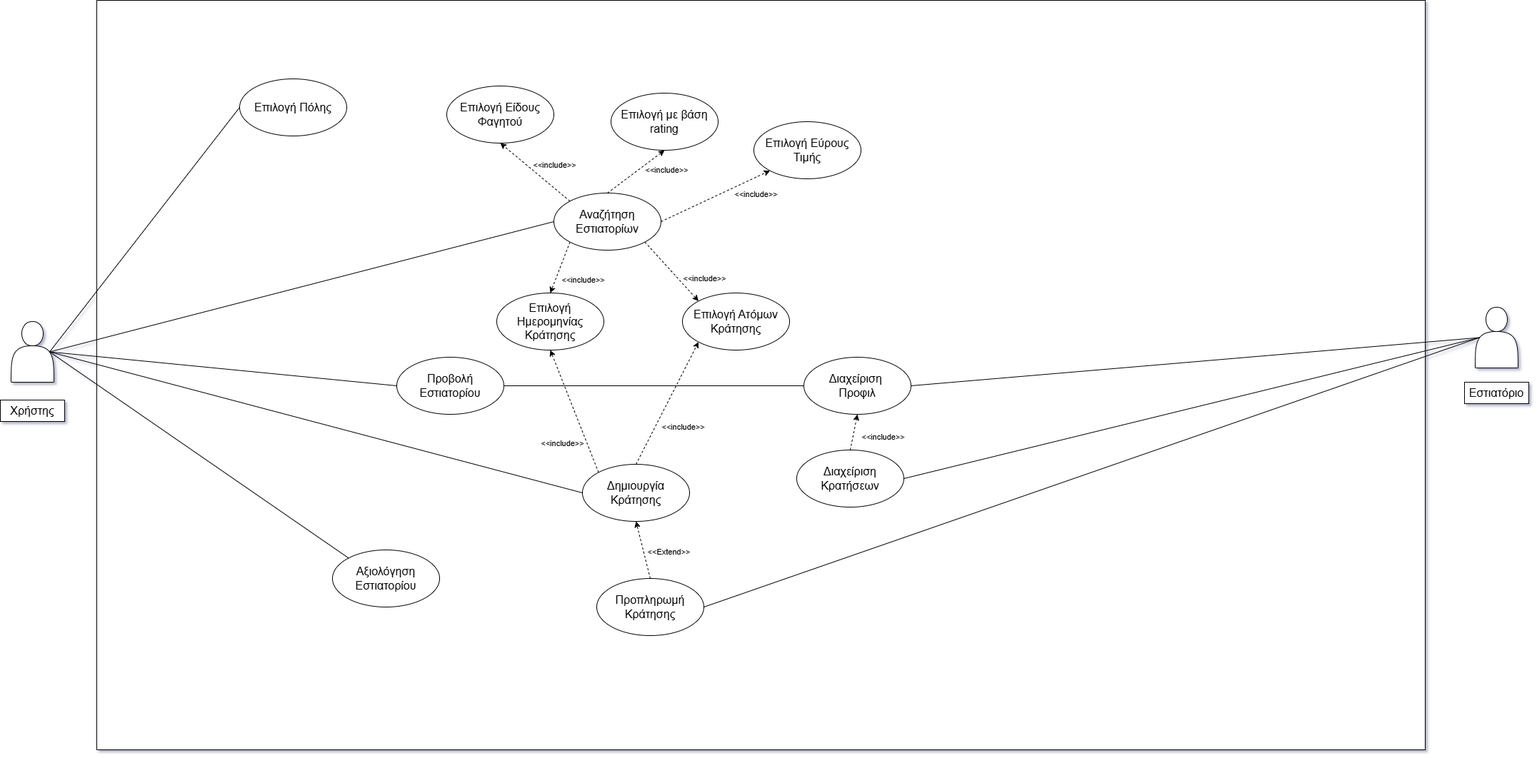
NikSel17/Project-Technologia-Logismikou keeps this draw.io diagram as use_case_diagram.png. Above is the earlier version. Source tidied: cells renumbered, new cells last; positions are measured from the earlier drawing's top-left corner, leaving out a move shared by most shapes.
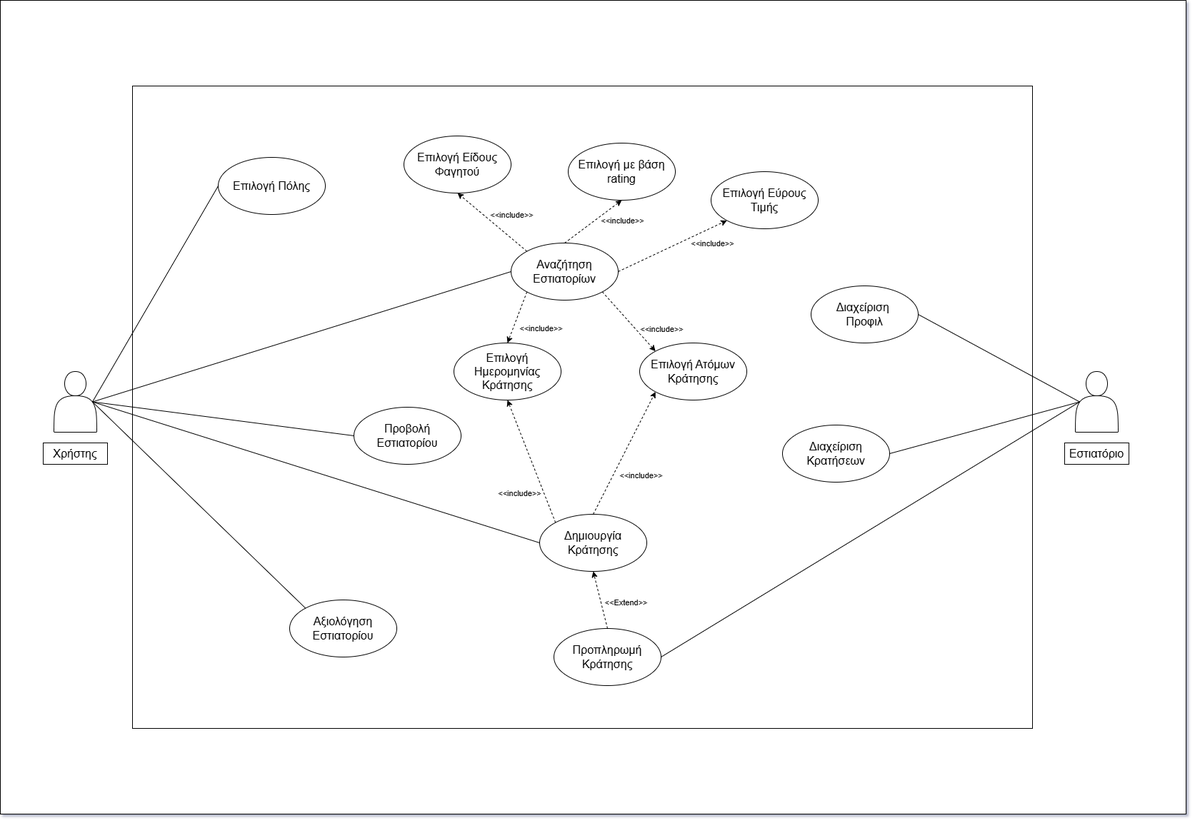
Later version of the same file.

Diff of the diagram source:
```diff
@@ -2,20 +2,20 @@
   <root>
     <mxCell id="0" />
     <mxCell id="1" parent="0" />
+    <mxCell id="47" style="rounded=0;whiteSpace=wrap;html=1;" parent="1" vertex="1">
+      <mxGeometry x="60" y="-70" width="1660" height="1140" as="geometry" />
+    </mxCell>
     <mxCell id="2" style="whiteSpace=wrap;html=1;" parent="1" vertex="1">
-      <mxGeometry x="135" width="1860" height="1050" as="geometry" />
+      <mxGeometry x="245" y="50" width="1260" height="900" as="geometry" />
     </mxCell>
     <mxCell id="3" value="&lt;font style=&quot;font-size: 16px;&quot;&gt;Επιλογή Πόλης&lt;/font&gt;" style="ellipse;whiteSpace=wrap;html=1;rounded=0;" parent="1" vertex="1">
-      <mxGeometry x="335" y="110" width="150" height="80" as="geometry" />
+      <mxGeometry x="365" y="150" width="150" height="80" as="geometry" />
     </mxCell>
     <mxCell id="4" value="&lt;span style=&quot;font-size: 16px;&quot;&gt;Προβολή Εστιατορίου&lt;/span&gt;" style="ellipse;whiteSpace=wrap;html=1;rounded=0;" parent="1" vertex="1">
       <mxGeometry x="555" y="500" width="150" height="80" as="geometry" />
     </mxCell>
-    <mxCell id="5" style="edgeStyle=none;shape=connector;rounded=0;jettySize=auto;html=1;exitX=0;exitY=0.5;exitDx=0;exitDy=0;entryX=1;entryY=0.5;entryDx=0;entryDy=0;strokeColor=default;align=center;verticalAlign=middle;fontFamily=Helvetica;fontSize=11;fontColor=default;labelBackgroundColor=default;startFill=0;endArrow=none;endFill=1;" parent="1" edge="1" source="6" target="4">
-      <mxGeometry relative="1" as="geometry" />
-    </mxCell>
     <mxCell id="6" value="&lt;span style=&quot;font-size: 16px;&quot;&gt;Διαχείριση&amp;nbsp;&lt;/span&gt;&lt;div&gt;&lt;span style=&quot;font-size: 16px;&quot;&gt;Προφιλ&lt;/span&gt;&lt;/div&gt;" style="ellipse;whiteSpace=wrap;html=1;rounded=0;" parent="1" vertex="1">
-      <mxGeometry x="1125" y="500" width="150" height="80" as="geometry" />
+      <mxGeometry x="1195" y="330" width="150" height="80" as="geometry" />
     </mxCell>
     <mxCell id="7" value="&lt;font style=&quot;font-size: 16px;&quot;&gt;Επιλογή Είδους Φαγητού&lt;/font&gt;" style="ellipse;whiteSpace=wrap;html=1;rounded=0;" parent="1" vertex="1">
       <mxGeometry x="625" y="120" width="150" height="80" as="geometry" />
@@ -73,13 +73,13 @@
       <mxGeometry relative="1" as="geometry" />
     </mxCell>
     <mxCell id="24" value="&lt;div&gt;&lt;br&gt;&lt;/div&gt;&lt;div&gt;&lt;br&gt;&lt;/div&gt;&lt;div&gt;&lt;br&gt;&lt;/div&gt;&lt;div&gt;&lt;br&gt;&lt;/div&gt;" style="shape=actor;whiteSpace=wrap;html=1;rounded=0;" parent="1" vertex="1">
-      <mxGeometry x="15" y="450" width="60" height="85" as="geometry" />
+      <mxGeometry x="135" y="450" width="60" height="85" as="geometry" />
     </mxCell>
     <mxCell id="25" style="rounded=0;jettySize=auto;html=1;exitX=0.1;exitY=0.5;exitDx=0;exitDy=0;exitPerimeter=0;entryX=1;entryY=0.5;entryDx=0;entryDy=0;endArrow=none;startFill=0;" parent="1" edge="1" source="26" target="46">
       <mxGeometry relative="1" as="geometry" />
     </mxCell>
     <mxCell id="26" value="&lt;div&gt;&lt;br&gt;&lt;/div&gt;&lt;div&gt;&lt;br&gt;&lt;/div&gt;&lt;div&gt;&lt;br&gt;&lt;/div&gt;&lt;div&gt;&lt;br&gt;&lt;/div&gt;" style="shape=actor;whiteSpace=wrap;html=1;rounded=0;" parent="1" vertex="1">
-      <mxGeometry x="2065" y="430" width="60" height="85" as="geometry" />
+      <mxGeometry x="1565" y="450" width="60" height="85" as="geometry" />
     </mxCell>
     <mxCell id="27" style="rounded=0;jettySize=auto;html=1;exitX=1;exitY=0.5;exitDx=0;exitDy=0;entryX=0.1;entryY=0.5;entryDx=0;entryDy=0;entryPerimeter=0;endArrow=none;startFill=0;" parent="1" edge="1" source="6" target="26">
       <mxGeometry relative="1" as="geometry" />
@@ -88,10 +88,10 @@
       <mxGeometry relative="1" as="geometry" />
     </mxCell>
     <mxCell id="29" value="&lt;font style=&quot;font-size: 16px;&quot;&gt;Χρήστης&lt;/font&gt;" style="rounded=0;whiteSpace=wrap;html=1;" parent="1" vertex="1">
-      <mxGeometry y="560" width="90" height="30" as="geometry" />
+      <mxGeometry x="120" y="550" width="90" height="30" as="geometry" />
     </mxCell>
     <mxCell id="30" value="&lt;span style=&quot;font-size: 16px;&quot;&gt;Εστιατόριο&lt;/span&gt;" style="rounded=0;whiteSpace=wrap;html=1;" parent="1" vertex="1">
-      <mxGeometry x="2050" y="535" width="90" height="30" as="geometry" />
+      <mxGeometry x="1550" y="550" width="90" height="30" as="geometry" />
     </mxCell>
     <mxCell id="31" style="edgeStyle=none;shape=connector;rounded=0;jettySize=auto;html=1;exitX=0;exitY=0;exitDx=0;exitDy=0;entryX=0.5;entryY=1;entryDx=0;entryDy=0;strokeColor=default;align=center;verticalAlign=middle;fontFamily=Helvetica;fontSize=11;fontColor=default;labelBackgroundColor=default;startFill=0;endArrow=classic;endFill=1;dashed=1;" parent="1" edge="1" source="41" target="7">
       <mxGeometry relative="1" as="geometry" />
@@ -139,21 +139,8 @@
     <mxCell id="42" style="edgeStyle=none;shape=connector;rounded=0;jettySize=auto;html=1;exitX=0.9;exitY=0.5;exitDx=0;exitDy=0;exitPerimeter=0;entryX=0;entryY=0.5;entryDx=0;entryDy=0;strokeColor=default;align=center;verticalAlign=middle;fontFamily=Helvetica;fontSize=11;fontColor=default;labelBackgroundColor=default;startFill=0;endArrow=none;" parent="1" edge="1" source="24" target="4">
       <mxGeometry relative="1" as="geometry" />
     </mxCell>
-    <mxCell id="43" style="edgeStyle=none;shape=connector;rounded=0;jettySize=auto;html=1;exitX=0.5;exitY=0;exitDx=0;exitDy=0;entryX=0.5;entryY=1;entryDx=0;entryDy=0;dashed=1;strokeColor=default;align=center;verticalAlign=middle;fontFamily=Helvetica;fontSize=11;fontColor=default;labelBackgroundColor=default;startFill=0;endArrow=classic;endFill=1;" parent="1" edge="1" source="46" target="6">
-      <mxGeometry relative="1" as="geometry" />
-    </mxCell>
-    <mxCell id="44" value="&lt;span style=&quot;color: rgba(0, 0, 0, 0); font-family: monospace; font-size: 0px; text-align: start; background-color: rgb(236, 236, 236);&quot;&gt;%3CmxGraphModel%3E%3Croot%3E%3CmxCell%20id%3D%220%22%2F%3E%3CmxCell%20id%3D%221%22%20parent%3D%220%22%2F%3E%3CmxCell%20id%3D%222%22%20value%3D%22%26lt%3Bspan%20style%3D%26quot%3Bfont-size%3A%2016px%3B%26quot%3B%26gt%3B%CE%A0%CF%81%CE%BF%CF%80%CE%BB%CE%B7%CF%81%CF%89%CE%BC%CE%AE%20%CE%9A%CF%81%CE%AC%CF%84%CE%B7%CF%83%CE%B7%CF%82%26lt%3B%2Fspan%26gt%3B%22%20style%3D%22ellipse%3BwhiteSpace%3Dwrap%3Bhtml%3D1%3Brounded%3D0%3B%22%20vertex%3D%221%22%20parent%3D%221%22%3E%3CmxGeometry%20x%3D%22450%22%20y%3D%22680%22%20width%3D%22150%22%20height%3D%2280%22%20as%3D%22geometry%22%2F%3E%3C%2FmxCell%3E%3C%2Froot%3E%3C%2FmxGraphM&amp;lt;,&lt;/span&gt;" style="edgeLabel;html=1;align=center;verticalAlign=middle;fontFamily=Helvetica;fontSize=11;fontColor=default;labelBackgroundColor=default;" parent="43" vertex="1">
-      <mxGeometry x="-0.02" y="4" relative="1" as="geometry">
-        <mxPoint y="1" as="offset" />
-      </mxGeometry>
-    </mxCell>
-    <mxCell id="45" value="&amp;lt;&amp;lt;include&amp;gt;&amp;gt;" style="edgeLabel;html=1;align=center;verticalAlign=middle;fontFamily=Helvetica;fontSize=11;fontColor=default;labelBackgroundColor=default;" parent="43" vertex="1">
-      <mxGeometry x="-0.05" y="-2" relative="1" as="geometry">
-        <mxPoint x="38" y="3" as="offset" />
-      </mxGeometry>
-    </mxCell>
     <mxCell id="46" value="&lt;span style=&quot;font-size: 16px;&quot;&gt;Διαχείριση Κρατήσεων&lt;/span&gt;" style="ellipse;whiteSpace=wrap;html=1;rounded=0;" parent="1" vertex="1">
-      <mxGeometry x="1115" y="630" width="150" height="80" as="geometry" />
+      <mxGeometry x="1155" y="525" width="150" height="80" as="geometry" />
     </mxCell>
   </root>
 </mxGraphModel>
```
